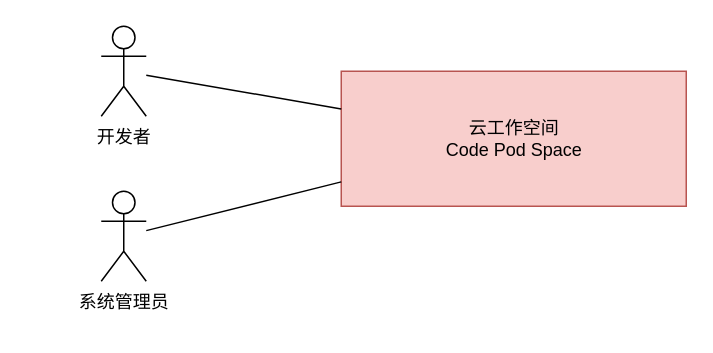
codepodspace/docs keeps this draw.io diagram as architecure/_design/00.context.drawio. Above is the earlier version. Source tidied: cells renumbered, new cells numbered last; positions are measured from the earlier drawing's top-left corner, leaving out a move shared by most shapes. Both pictures are drawn from the tidied source at 150%, with x=0, y=0 at pixel (26, 26).
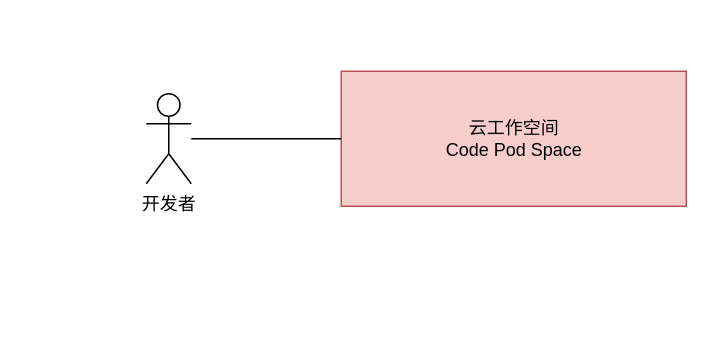
The same page after the edit.

Diff of the diagram source:
```diff
@@
 <mxGraphModel>
   <root>
     <mxCell id="0" />
     <mxCell id="1" parent="0" />
     <mxCell id="2" value="云工作空间&lt;br&gt;Code Pod Space" style="html=1;fillColor=#f8cecc;strokeColor=#b85450;" parent="1" vertex="1">
       <mxGeometry x="210" y="30" width="230" height="90" as="geometry" />
     </mxCell>
-    <mxCell id="3" style="group;" parent="1" vertex="1">
-      <mxGeometry y="60" width="130" height="140" as="geometry" />
-    </mxCell>
-    <mxCell id="4" value="系统管理员" style="shape=umlActor;verticalLabelPosition=bottom;verticalAlign=top;html=1;" parent="3" vertex="1">
-      <mxGeometry x="50" y="50" width="30" height="60" as="geometry" />
-    </mxCell>
-    <mxCell id="5" style="edgeStyle=none;html=1;endArrow=none;endFill=0;" parent="1" edge="1" source="4" target="2">
-      <mxGeometry relative="1" as="geometry" />
-    </mxCell>
     <mxCell id="6" style="edgeStyle=none;html=1;endArrow=none;endFill=0;" parent="1" edge="1" source="7" target="2">
       <mxGeometry relative="1" as="geometry" />
     </mxCell>
     <mxCell id="7" value="开发者" style="shape=umlActor;verticalLabelPosition=bottom;verticalAlign=top;html=1;" parent="1" vertex="1">
-      <mxGeometry x="50" width="30" height="60" as="geometry" />
+      <mxGeometry x="80" y="45" width="30" height="60" as="geometry" />
     </mxCell>
   </root>
 </mxGraphModel>
```
